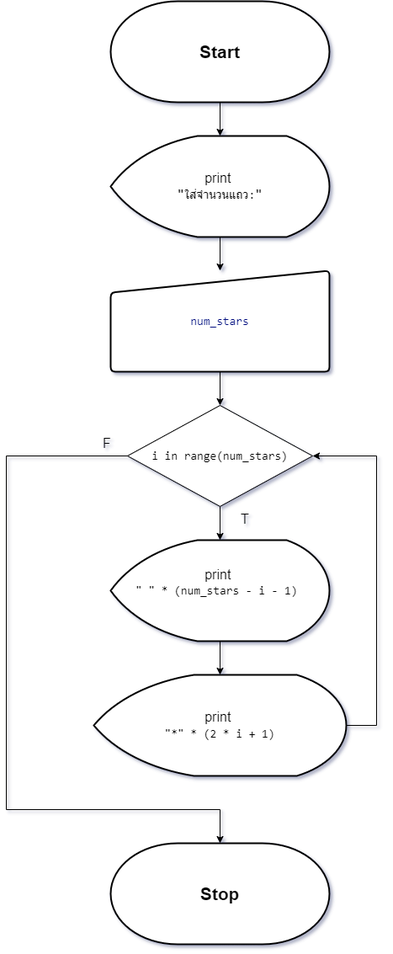
Above: asset/F_png_file/sp_1.drawio.png in TeaplusSsuwan/graphic_code (draw.io), before the change. Source tidied: cells renumbered, new cells last; positions are measured from the earlier drawing's top-left corner, leaving out a move shared by most shapes.
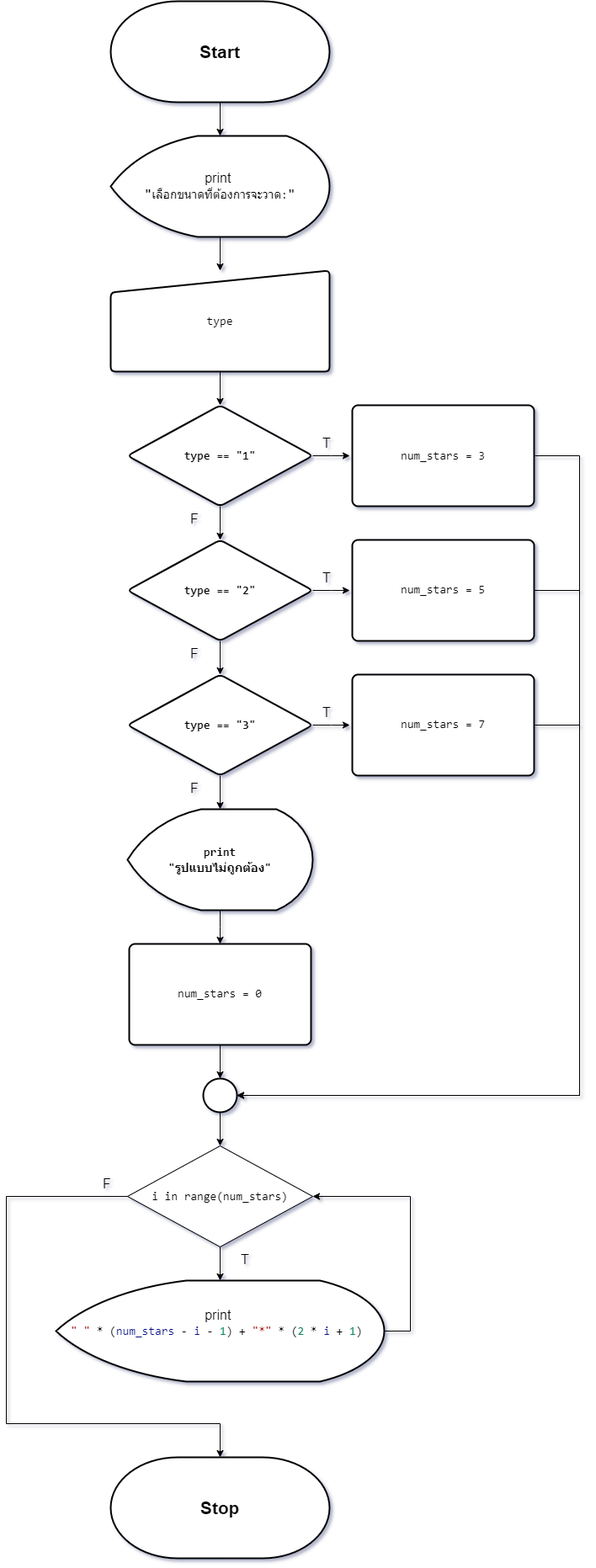
Above is the later version.

Change to the diagram source:
```diff
@@ -8,58 +8,163 @@
     <mxCell id="3" style="edgeStyle=orthogonalEdgeStyle;rounded=0;jettySize=auto;html=1;entryX=0.5;entryY=0;entryDx=0;entryDy=0;" parent="1" edge="1" source="4" target="7">
       <mxGeometry relative="1" as="geometry" />
     </mxCell>
-    <mxCell id="4" value="&lt;font style=&quot;font-size: 16px;&quot;&gt;print&amp;nbsp;&lt;/font&gt;&lt;div&gt;&lt;span style=&quot;font-family: Consolas, &amp;quot;Courier New&amp;quot;, monospace; white-space: pre;&quot;&gt;&lt;font style=&quot;font-size: 16px;&quot;&gt;&quot;&lt;/font&gt;&lt;/span&gt;&lt;span style=&quot;background-color: rgb(255, 255, 255); font-family: Consolas, &amp;quot;Courier New&amp;quot;, monospace; font-size: 14px; white-space: pre;&quot;&gt;ใส่จำนวนแถว:&lt;/span&gt;&lt;span style=&quot;font-family: Consolas, &amp;quot;Courier New&amp;quot;, monospace; font-size: 16px; white-space: pre; background-color: initial;&quot;&gt;&quot;&lt;/span&gt;&lt;br&gt;&lt;/div&gt;" style="strokeWidth=2;html=1;shape=mxgraph.flowchart.display;whiteSpace=wrap;" parent="1" vertex="1">
+    <mxCell id="4" value="&lt;font style=&quot;font-size: 16px;&quot;&gt;print&amp;nbsp;&lt;/font&gt;&lt;div&gt;&lt;span style=&quot;font-family: Consolas, &amp;quot;Courier New&amp;quot;, monospace; white-space: pre;&quot;&gt;&lt;font style=&quot;font-size: 16px;&quot;&gt;&quot;&lt;/font&gt;&lt;/span&gt;&lt;span style=&quot;font-family: Consolas, &amp;quot;Courier New&amp;quot;, monospace; font-size: 14px; white-space: pre;&quot;&gt;เลือกขนาดที่ต้องการจะวาด&lt;/span&gt;&lt;span style=&quot;font-family: Consolas, &amp;quot;Courier New&amp;quot;, monospace; font-size: 14px; white-space: pre;&quot;&gt;:&lt;/span&gt;&lt;span style=&quot;font-family: Consolas, &amp;quot;Courier New&amp;quot;, monospace; font-size: 16px; white-space: pre;&quot;&gt;&quot;&lt;/span&gt;&lt;br&gt;&lt;/div&gt;" style="strokeWidth=2;html=1;shape=mxgraph.flowchart.display;whiteSpace=wrap;" parent="1" vertex="1">
       <mxGeometry x="124" y="160" width="260" height="120" as="geometry" />
     </mxCell>
     <mxCell id="5" style="edgeStyle=orthogonalEdgeStyle;rounded=0;jettySize=auto;html=1;entryX=0.5;entryY=0;entryDx=0;entryDy=0;entryPerimeter=0;" parent="1" edge="1" source="2" target="4">
       <mxGeometry relative="1" as="geometry" />
     </mxCell>
-    <mxCell id="6" style="edgeStyle=orthogonalEdgeStyle;rounded=0;jettySize=auto;html=1;" parent="1" edge="1" source="7" target="12">
-      <mxGeometry relative="1" as="geometry" />
-    </mxCell>
+    <mxCell id="18" style="edgeStyle=orthogonalEdgeStyle;rounded=0;jettySize=auto;html=1;" parent="1" edge="1" source="7" target="22">
+      <mxGeometry relative="1" as="geometry" />
+    </mxCell>
-    <mxCell id="7" value="&lt;div style=&quot;font-size: 16px;&quot;&gt;&lt;div style=&quot;font-family: Consolas, &amp;quot;Courier New&amp;quot;, monospace; font-size: 14px; line-height: 19px; white-space: pre;&quot;&gt;&lt;div style=&quot;background-color: rgb(255, 255, 255); line-height: 19px;&quot;&gt;&lt;span style=&quot;color: #001080;&quot;&gt;num_stars&lt;/span&gt;&lt;/div&gt;&lt;/div&gt;&lt;/div&gt;" style="html=1;strokeWidth=2;shape=manualInput;whiteSpace=wrap;rounded=1;size=26;arcSize=11;" parent="1" vertex="1">
+    <mxCell id="7" value="&lt;div style=&quot;font-size: 16px;&quot;&gt;&lt;div style=&quot;font-family: Consolas, &amp;quot;Courier New&amp;quot;, monospace; font-size: 14px; line-height: 19px; white-space: pre;&quot;&gt;&lt;div style=&quot;line-height: 19px;&quot;&gt;&lt;div style=&quot;line-height: 19px;&quot;&gt;type&lt;/div&gt;&lt;/div&gt;&lt;/div&gt;&lt;/div&gt;" style="html=1;strokeWidth=2;shape=manualInput;whiteSpace=wrap;rounded=1;size=26;arcSize=11;" parent="1" vertex="1">
       <mxGeometry x="124" y="320" width="260" height="120" as="geometry" />
     </mxCell>
-    <mxCell id="8" style="edgeStyle=orthogonalEdgeStyle;rounded=0;jettySize=auto;html=1;entryX=1;entryY=0.5;entryDx=0;entryDy=0;" parent="1" edge="1" source="9" target="12">
-      <mxGeometry relative="1" as="geometry">
-        <Array as="points">
-          <mxPoint x="440" y="860" />
-          <mxPoint x="440" y="540" />
-        </Array>
-      </mxGeometry>
-    </mxCell>
-    <mxCell id="9" value="&lt;font style=&quot;font-size: 16px;&quot;&gt;print&amp;nbsp;&lt;/font&gt;&lt;div&gt;&lt;div style=&quot;font-family: Consolas, &amp;quot;Courier New&amp;quot;, monospace; font-size: 14px; line-height: 19px; white-space: pre;&quot;&gt;&lt;div style=&quot;line-height: 19px;&quot;&gt;&lt;div style=&quot;line-height: 19px;&quot;&gt;&quot;*&quot; * (2 * i + 1)&lt;/div&gt;&lt;/div&gt;&lt;/div&gt;&lt;/div&gt;" style="strokeWidth=2;html=1;shape=mxgraph.flowchart.display;whiteSpace=wrap;" parent="1" vertex="1">
-      <mxGeometry x="104" y="800" width="300" height="120" as="geometry" />
-    </mxCell>
     <mxCell id="10" value="&lt;font style=&quot;font-size: 21px;&quot;&gt;&lt;b&gt;Stop&lt;/b&gt;&lt;/font&gt;" style="strokeWidth=2;html=1;shape=mxgraph.flowchart.terminator;whiteSpace=wrap;" parent="1" vertex="1">
-      <mxGeometry x="124" y="1000" width="260" height="120" as="geometry" />
+      <mxGeometry x="124" y="1730" width="260" height="120" as="geometry" />
     </mxCell>
     <mxCell id="11" style="edgeStyle=orthogonalEdgeStyle;rounded=0;jettySize=auto;html=1;" parent="1" edge="1" source="12" target="14">
       <mxGeometry relative="1" as="geometry" />
     </mxCell>
     <mxCell id="12" value="&lt;div style=&quot;background-color: rgb(255, 255, 255); font-family: Consolas, &amp;quot;Courier New&amp;quot;, monospace; font-size: 14px; line-height: 19px; white-space: pre;&quot;&gt;i in range(num_stars)&lt;/div&gt;" style="rhombus;whiteSpace=wrap;html=1;" parent="1" vertex="1">
-      <mxGeometry x="144" y="480" width="220" height="120" as="geometry" />
+      <mxGeometry x="144" y="1360" width="220" height="120" as="geometry" />
     </mxCell>
-    <mxCell id="13" style="edgeStyle=orthogonalEdgeStyle;rounded=0;jettySize=auto;html=1;" parent="1" edge="1" source="14" target="9">
-      <mxGeometry relative="1" as="geometry" />
-    </mxCell>
+    <mxCell id="19" style="edgeStyle=orthogonalEdgeStyle;rounded=0;jettySize=auto;html=1;entryX=1;entryY=0.5;entryDx=0;entryDy=0;" parent="1" edge="1" source="14" target="12">
+      <mxGeometry relative="1" as="geometry">
+        <Array as="points">
+          <mxPoint x="480" y="1580" />
+          <mxPoint x="480" y="1420" />
+        </Array>
+      </mxGeometry>
+    </mxCell>
-    <mxCell id="14" value="&lt;font style=&quot;font-size: 16px;&quot;&gt;print&amp;nbsp;&lt;/font&gt;&lt;div&gt;&lt;div style=&quot;font-family: Consolas, &amp;quot;Courier New&amp;quot;, monospace; font-size: 14px; line-height: 19px; white-space: pre;&quot;&gt;&quot; &quot; * (num_stars - i - 1) &lt;br&gt;&lt;/div&gt;&lt;div style=&quot;font-family: Consolas, &amp;quot;Courier New&amp;quot;, monospace; font-size: 14px; line-height: 19px; white-space: pre;&quot;&gt; &lt;/div&gt;&lt;/div&gt;" style="strokeWidth=2;html=1;shape=mxgraph.flowchart.display;whiteSpace=wrap;" parent="1" vertex="1">
-      <mxGeometry x="124" y="640" width="260" height="120" as="geometry" />
+    <mxCell id="14" value="&lt;font style=&quot;font-size: 16px;&quot;&gt;print&amp;nbsp;&lt;/font&gt;&lt;div&gt;&lt;div style=&quot;font-family: Consolas, &amp;quot;Courier New&amp;quot;, monospace; font-size: 14px; line-height: 19px; white-space: pre;&quot;&gt;&lt;span style=&quot;color: rgb(163, 21, 21);&quot;&gt;&quot; &quot;&lt;/span&gt;&lt;span style=&quot;background-color: rgb(255, 255, 255);&quot;&gt; * (&lt;/span&gt;&lt;span style=&quot;color: rgb(0, 16, 128);&quot;&gt;num_stars&lt;/span&gt;&lt;span style=&quot;background-color: rgb(255, 255, 255);&quot;&gt; - &lt;/span&gt;&lt;span style=&quot;color: rgb(0, 16, 128);&quot;&gt;i&lt;/span&gt;&lt;span style=&quot;background-color: rgb(255, 255, 255);&quot;&gt; - &lt;/span&gt;&lt;span style=&quot;color: rgb(9, 134, 88);&quot;&gt;1&lt;/span&gt;&lt;span style=&quot;background-color: rgb(255, 255, 255);&quot;&gt;) + &lt;/span&gt;&lt;span style=&quot;color: rgb(163, 21, 21);&quot;&gt;&quot;*&quot;&lt;/span&gt;&lt;span style=&quot;background-color: rgb(255, 255, 255);&quot;&gt; * (&lt;/span&gt;&lt;span style=&quot;color: rgb(9, 134, 88);&quot;&gt;2&lt;/span&gt;&lt;span style=&quot;background-color: rgb(255, 255, 255);&quot;&gt; * &lt;/span&gt;&lt;span style=&quot;color: rgb(0, 16, 128);&quot;&gt;i&lt;/span&gt;&lt;span style=&quot;background-color: rgb(255, 255, 255);&quot;&gt; + &lt;/span&gt;&lt;span style=&quot;color: rgb(9, 134, 88);&quot;&gt;1&lt;/span&gt;&lt;span style=&quot;background-color: rgb(255, 255, 255);&quot;&gt;)&lt;/span&gt; &lt;br&gt;&lt;/div&gt;&lt;div style=&quot;font-family: Consolas, &amp;quot;Courier New&amp;quot;, monospace; font-size: 14px; line-height: 19px; white-space: pre;&quot;&gt; &lt;/div&gt;&lt;/div&gt;" style="strokeWidth=2;html=1;shape=mxgraph.flowchart.display;whiteSpace=wrap;" parent="1" vertex="1">
+      <mxGeometry x="59" y="1520" width="390" height="120" as="geometry" />
     </mxCell>
     <mxCell id="15" style="edgeStyle=orthogonalEdgeStyle;rounded=0;jettySize=auto;html=1;entryX=0.5;entryY=0;entryDx=0;entryDy=0;entryPerimeter=0;exitX=0;exitY=0.5;exitDx=0;exitDy=0;" parent="1" edge="1" source="12" target="10">
       <mxGeometry relative="1" as="geometry">
         <Array as="points">
-          <mxPoint y="540" />
-          <mxPoint y="960" />
-          <mxPoint x="254" y="960" />
+          <mxPoint y="1420" />
+          <mxPoint y="1690" />
+          <mxPoint x="254" y="1690" />
         </Array>
       </mxGeometry>
     </mxCell>
     <mxCell id="16" value="T" style="text;html=1;align=center;verticalAlign=middle;whiteSpace=wrap;rounded=0;fontSize=16;fontStyle=0;" parent="1" vertex="1">
-      <mxGeometry x="254" y="600" width="60" height="30" as="geometry" />
+      <mxGeometry x="254" y="1480" width="60" height="30" as="geometry" />
     </mxCell>
     <mxCell id="17" value="F" style="text;html=1;align=center;verticalAlign=middle;whiteSpace=wrap;rounded=0;fontSize=16;fontStyle=0;" parent="1" vertex="1">
-      <mxGeometry x="90" y="510" width="60" height="30" as="geometry" />
+      <mxGeometry x="90" y="1390" width="60" height="30" as="geometry" />
     </mxCell>
+    <mxCell id="20" style="edgeStyle=orthogonalEdgeStyle;rounded=0;jettySize=auto;html=1;labelBackgroundColor=none;fontColor=default;fontSize=14;fontStyle=1;exitX=1;exitY=0;exitDx=0;exitDy=0;" parent="1" edge="1" source="39" target="25">
+      <mxGeometry relative="1" as="geometry">
+        <Array as="points">
+          <mxPoint x="254" y="630" />
+          <mxPoint x="254" y="630" />
+        </Array>
+      </mxGeometry>
+    </mxCell>
+    <mxCell id="21" style="edgeStyle=orthogonalEdgeStyle;rounded=0;jettySize=auto;html=1;labelBackgroundColor=none;fontColor=default;fontSize=14;fontStyle=1;" parent="1" edge="1" source="22">
+      <mxGeometry relative="1" as="geometry">
+        <mxPoint x="408" y="540" as="targetPoint" />
+      </mxGeometry>
+    </mxCell>
+    <mxCell id="22" value="&lt;br style=&quot;font-size: 14px;&quot;&gt;&lt;div style=&quot;font-family: Consolas, &amp;quot;Courier New&amp;quot;, monospace; font-size: 14px; line-height: 19px; white-space: pre;&quot;&gt;&lt;div style=&quot;font-size: 14px;&quot;&gt;&lt;span style=&quot;font-size: 14px;&quot;&gt;type&lt;/span&gt;&lt;span style=&quot;font-size: 14px;&quot;&gt; == &lt;/span&gt;&lt;span style=&quot;font-size: 14px;&quot;&gt;&quot;1&quot;&lt;/span&gt;&lt;/div&gt;&lt;/div&gt;&lt;div style=&quot;font-size: 14px;&quot;&gt;&lt;br style=&quot;font-size: 14px;&quot;&gt;&lt;/div&gt;" style="rhombus;whiteSpace=wrap;html=1;strokeWidth=2;rounded=1;arcSize=11;labelBackgroundColor=none;fontColor=default;fontSize=14;fontStyle=1;" parent="1" vertex="1">
+      <mxGeometry x="144" y="480" width="220" height="120" as="geometry" />
+    </mxCell>
+    <mxCell id="23" style="edgeStyle=orthogonalEdgeStyle;rounded=0;jettySize=auto;html=1;labelBackgroundColor=none;fontColor=default;fontSize=14;fontStyle=1;" parent="1" edge="1" source="25" target="28">
+      <mxGeometry relative="1" as="geometry" />
+    </mxCell>
+    <mxCell id="24" style="edgeStyle=orthogonalEdgeStyle;rounded=0;jettySize=auto;html=1;labelBackgroundColor=none;fontColor=default;fontSize=14;fontStyle=1;" parent="1" edge="1" source="25">
+      <mxGeometry relative="1" as="geometry">
+        <mxPoint x="408" y="700" as="targetPoint" />
+      </mxGeometry>
+    </mxCell>
+    <mxCell id="25" value="&lt;br style=&quot;font-size: 14px;&quot;&gt;&lt;div style=&quot;font-family: Consolas, &amp;quot;Courier New&amp;quot;, monospace; font-size: 14px; line-height: 19px; white-space: pre;&quot;&gt;&lt;div style=&quot;font-size: 14px;&quot;&gt;&lt;span style=&quot;font-size: 14px;&quot;&gt;type&lt;/span&gt;&lt;span style=&quot;font-size: 14px;&quot;&gt; == &lt;/span&gt;&lt;span style=&quot;font-size: 14px;&quot;&gt;&quot;2&quot;&lt;/span&gt;&lt;/div&gt;&lt;/div&gt;&lt;div style=&quot;font-size: 14px;&quot;&gt;&lt;br style=&quot;font-size: 14px;&quot;&gt;&lt;/div&gt;" style="rhombus;whiteSpace=wrap;html=1;strokeWidth=2;rounded=1;arcSize=11;labelBackgroundColor=none;fontColor=default;fontSize=14;fontStyle=1;" parent="1" vertex="1">
+      <mxGeometry x="144" y="640" width="220" height="120" as="geometry" />
+    </mxCell>
+    <mxCell id="26" style="edgeStyle=orthogonalEdgeStyle;rounded=0;jettySize=auto;html=1;labelBackgroundColor=none;fontColor=default;fontSize=14;fontStyle=1;" parent="1" edge="1" source="28">
+      <mxGeometry relative="1" as="geometry">
+        <mxPoint x="408" y="860" as="targetPoint" />
+      </mxGeometry>
+    </mxCell>
+    <mxCell id="27" style="edgeStyle=orthogonalEdgeStyle;rounded=0;jettySize=auto;html=1;" parent="1" edge="1" source="28" target="30">
+      <mxGeometry relative="1" as="geometry" />
+    </mxCell>
+    <mxCell id="28" value="&lt;br style=&quot;font-size: 14px;&quot;&gt;&lt;div style=&quot;font-family: Consolas, &amp;quot;Courier New&amp;quot;, monospace; font-size: 14px; line-height: 19px; white-space: pre;&quot;&gt;&lt;div style=&quot;font-size: 14px;&quot;&gt;&lt;span style=&quot;font-size: 14px;&quot;&gt;type&lt;/span&gt;&lt;span style=&quot;font-size: 14px;&quot;&gt; == &lt;/span&gt;&lt;span style=&quot;font-size: 14px;&quot;&gt;&quot;3&quot;&lt;/span&gt;&lt;/div&gt;&lt;/div&gt;&lt;div style=&quot;font-size: 14px;&quot;&gt;&lt;br style=&quot;font-size: 14px;&quot;&gt;&lt;/div&gt;" style="rhombus;whiteSpace=wrap;html=1;strokeWidth=2;rounded=1;arcSize=11;labelBackgroundColor=none;fontColor=default;fontSize=14;fontStyle=1;" parent="1" vertex="1">
+      <mxGeometry x="144" y="800" width="220" height="120" as="geometry" />
+    </mxCell>
+    <mxCell id="29" style="edgeStyle=orthogonalEdgeStyle;rounded=0;jettySize=auto;html=1;entryX=0.5;entryY=0;entryDx=0;entryDy=0;labelBackgroundColor=none;fontColor=default;fontSize=14;fontStyle=1;" parent="1" edge="1" source="30">
+      <mxGeometry relative="1" as="geometry">
+        <mxPoint x="254" y="1120" as="targetPoint" />
+      </mxGeometry>
+    </mxCell>
+    <mxCell id="30" value="&lt;div style=&quot;font-family: Consolas, &amp;quot;Courier New&amp;quot;, monospace; font-size: 14px; line-height: 19px; white-space: pre;&quot;&gt;&lt;div style=&quot;line-height: 19px; font-size: 14px;&quot;&gt;&lt;span style=&quot;font-size: 14px;&quot;&gt;print&lt;/span&gt;&lt;/div&gt;&lt;/div&gt;&lt;div style=&quot;font-family: Consolas, &amp;quot;Courier New&amp;quot;, monospace; font-size: 14px; line-height: 19px; white-space: pre;&quot;&gt;&lt;span style=&quot;font-size: 14px;&quot;&gt;&quot;รูปแบบไม่ถูกต้อง&quot;&lt;/span&gt;&lt;/div&gt;" style="strokeWidth=2;html=1;shape=mxgraph.flowchart.display;whiteSpace=wrap;labelBackgroundColor=none;fontColor=default;fontSize=14;fontStyle=1;" parent="1" vertex="1">
+      <mxGeometry x="144" y="960" width="220" height="120" as="geometry" />
+    </mxCell>
+    <mxCell id="31" style="edgeStyle=orthogonalEdgeStyle;rounded=0;jettySize=auto;html=1;entryX=1;entryY=0.5;entryDx=0;entryDy=0;" parent="1" edge="1" target="35">
+      <mxGeometry relative="1" as="geometry">
+        <mxPoint x="628" y="540" as="sourcePoint" />
+        <Array as="points">
+          <mxPoint x="681" y="540" />
+          <mxPoint x="681" y="1300" />
+        </Array>
+      </mxGeometry>
+    </mxCell>
+    <mxCell id="32" style="edgeStyle=orthogonalEdgeStyle;rounded=0;jettySize=auto;html=1;entryX=1;entryY=0.5;entryDx=0;entryDy=0;exitX=1;exitY=0.5;exitDx=0;exitDy=0;" parent="1" edge="1" source="43" target="35">
+      <mxGeometry relative="1" as="geometry">
+        <Array as="points">
+          <mxPoint x="681" y="700" />
+          <mxPoint x="681" y="1300" />
+        </Array>
+      </mxGeometry>
+    </mxCell>
+    <mxCell id="33" style="edgeStyle=orthogonalEdgeStyle;rounded=0;jettySize=auto;html=1;entryX=1;entryY=0.5;entryDx=0;entryDy=0;" parent="1" edge="1" target="35">
+      <mxGeometry relative="1" as="geometry">
+        <mxPoint x="628" y="860" as="sourcePoint" />
+        <Array as="points">
+          <mxPoint x="681" y="860" />
+          <mxPoint x="681" y="1300" />
+        </Array>
+      </mxGeometry>
+    </mxCell>
+    <mxCell id="34" style="edgeStyle=orthogonalEdgeStyle;rounded=0;jettySize=auto;html=1;" parent="1" edge="1" source="35" target="12">
+      <mxGeometry relative="1" as="geometry" />
+    </mxCell>
+    <mxCell id="35" style="ellipse;whiteSpace=wrap;html=1;strokeWidth=2;labelBackgroundColor=none;fontColor=default;fontSize=14;fontStyle=1;" parent="1" vertex="1">
+      <mxGeometry x="234" y="1280" width="40" height="40" as="geometry" />
+    </mxCell>
+    <mxCell id="36" value="T" style="text;html=1;align=center;verticalAlign=middle;whiteSpace=wrap;rounded=0;fontSize=16;" parent="1" vertex="1">
+      <mxGeometry x="351" y="510" width="60" height="30" as="geometry" />
+    </mxCell>
+    <mxCell id="37" value="T" style="text;html=1;align=center;verticalAlign=middle;whiteSpace=wrap;rounded=0;fontSize=16;" parent="1" vertex="1">
+      <mxGeometry x="351" y="670" width="60" height="30" as="geometry" />
+    </mxCell>
+    <mxCell id="38" value="T" style="text;html=1;align=center;verticalAlign=middle;whiteSpace=wrap;rounded=0;fontSize=16;" parent="1" vertex="1">
+      <mxGeometry x="351" y="830" width="60" height="30" as="geometry" />
+    </mxCell>
+    <mxCell id="39" value="F" style="text;html=1;align=center;verticalAlign=middle;whiteSpace=wrap;rounded=0;fontSize=16;" parent="1" vertex="1">
+      <mxGeometry x="194" y="600" width="60" height="30" as="geometry" />
+    </mxCell>
+    <mxCell id="40" value="F" style="text;html=1;align=center;verticalAlign=middle;whiteSpace=wrap;rounded=0;fontSize=16;" parent="1" vertex="1">
+      <mxGeometry x="194" y="760" width="60" height="30" as="geometry" />
+    </mxCell>
+    <mxCell id="41" value="F" style="text;html=1;align=center;verticalAlign=middle;whiteSpace=wrap;rounded=0;fontSize=16;" parent="1" vertex="1">
+      <mxGeometry x="194" y="920" width="60" height="30" as="geometry" />
+    </mxCell>
+    <mxCell id="42" value="&lt;div style=&quot;font-family: Consolas, &amp;quot;Courier New&amp;quot;, monospace; font-size: 14px; line-height: 19px; white-space: pre;&quot;&gt;&lt;span style=&quot;background-color: rgb(255, 255, 255);&quot;&gt;num_stars = 3&lt;/span&gt;&lt;/div&gt;" style="rounded=1;whiteSpace=wrap;html=1;absoluteArcSize=1;arcSize=14;strokeWidth=2;" parent="1" vertex="1">
+      <mxGeometry x="411" y="480" width="216" height="120" as="geometry" />
+    </mxCell>
+    <mxCell id="43" value="&lt;span style=&quot;font-family: Consolas, &amp;quot;Courier New&amp;quot;, monospace; font-size: 14px; white-space: pre; background-color: rgb(255, 255, 255);&quot;&gt;num_stars&lt;/span&gt;&lt;span style=&quot;font-family: Consolas, &amp;quot;Courier New&amp;quot;, monospace; font-size: 14px; white-space: pre; background-color: rgb(255, 255, 255);&quot;&gt; = 5&lt;/span&gt;" style="rounded=1;whiteSpace=wrap;html=1;absoluteArcSize=1;arcSize=14;strokeWidth=2;" parent="1" vertex="1">
+      <mxGeometry x="411" y="640" width="216" height="120" as="geometry" />
+    </mxCell>
+    <mxCell id="44" value="&lt;span style=&quot;font-family: Consolas, &amp;quot;Courier New&amp;quot;, monospace; font-size: 14px; white-space: pre; background-color: rgb(255, 255, 255);&quot;&gt;num_stars&lt;/span&gt;&lt;span style=&quot;font-family: Consolas, &amp;quot;Courier New&amp;quot;, monospace; font-size: 14px; white-space: pre; background-color: rgb(255, 255, 255);&quot;&gt; = 7&lt;/span&gt;" style="rounded=1;whiteSpace=wrap;html=1;absoluteArcSize=1;arcSize=14;strokeWidth=2;" parent="1" vertex="1">
+      <mxGeometry x="411" y="800" width="216" height="120" as="geometry" />
+    </mxCell>
+    <mxCell id="45" style="edgeStyle=orthogonalEdgeStyle;rounded=0;jettySize=auto;html=1;" parent="1" edge="1" source="46" target="35">
+      <mxGeometry relative="1" as="geometry" />
+    </mxCell>
+    <mxCell id="46" value="&lt;span style=&quot;font-family: Consolas, &amp;quot;Courier New&amp;quot;, monospace; font-size: 14px; white-space: pre; background-color: rgb(255, 255, 255);&quot;&gt;num_stars&lt;/span&gt;&lt;span style=&quot;font-family: Consolas, &amp;quot;Courier New&amp;quot;, monospace; font-size: 14px; white-space: pre; background-color: rgb(255, 255, 255);&quot;&gt; = 0&lt;/span&gt;" style="rounded=1;whiteSpace=wrap;html=1;absoluteArcSize=1;arcSize=14;strokeWidth=2;" parent="1" vertex="1">
+      <mxGeometry x="146" y="1120" width="216" height="120" as="geometry" />
+    </mxCell>
   </root>
 </mxGraphModel>
```
